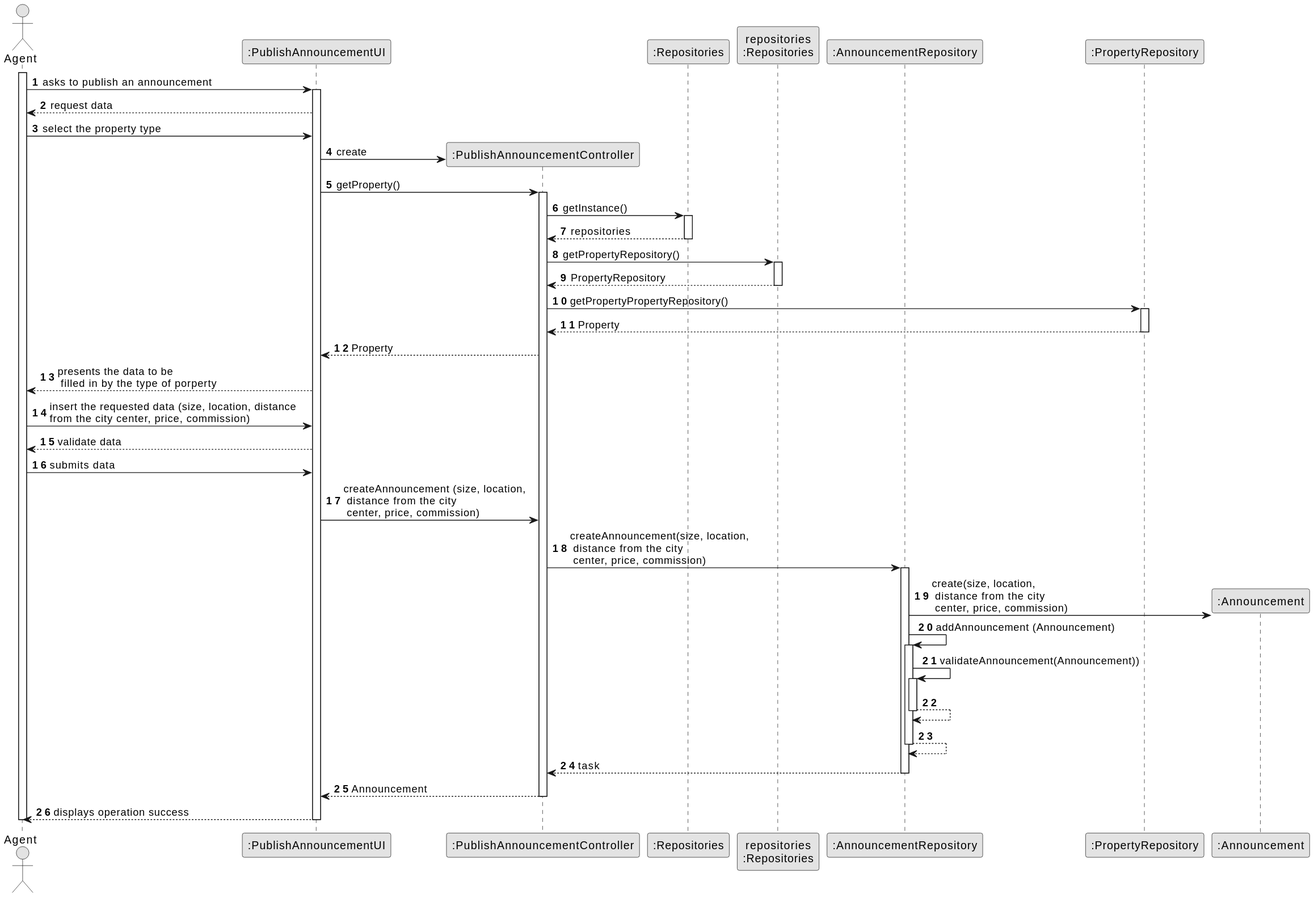
This is docs/sprintB/US002/03.design/svg/US2_SD.svg from tiagohcorreia/LAPR2, a PlantUML export, as it was before one commit.
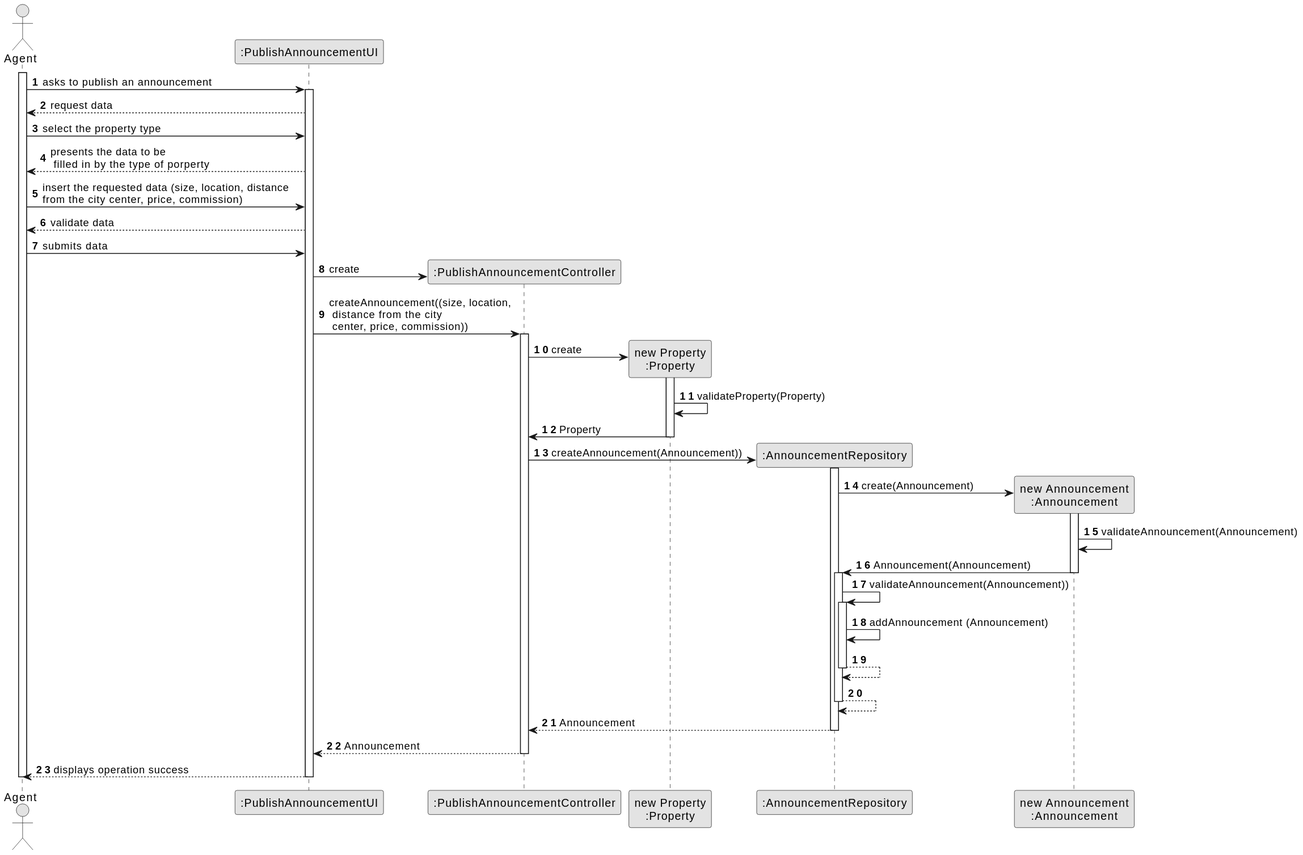
After the commit.

Diff of the diagram source:
```diff
@@ -8,11 +8,10 @@
 actor "Agent" as AG
 participant ":PublishAnnouncementUI" as UI
 participant ":PublishAnnouncementController" as CTRL
-participant ":Repositories" as RepositorySingleton
-participant "repositories\n:Repositories" as REP
+participant "new Property\n:Property" as Property
 participant ":AnnouncementRepository" as AnnouncementREP
-participant ":PropertyRepository" as PropertyREP
-participant ":Announcement" as Announcement
+participant "new Announcement\n:Announcement" as Announcement
+
 
 activate AG
 
@@ -23,60 +22,55 @@
 
         AG -> UI : select the property type
 
+        UI --> AG : presents the data to be\n filled in by the type of porperty
+
+        AG -> UI : insert the requested data (size, location, distance \nfrom the city center, price, commission)
+
+        UI --> AG : validate data
+
+        AG -> UI : submits data
+
+
                UI -> CTRL** : create
 
-               UI -> CTRL : getProperty()
+               UI -> CTRL : createAnnouncement((size, location,\n distance from the city \n center, price, commission))
 
                  activate CTRL
 
-                  CTRL -> RepositorySingleton : getInstance()
-                  activate RepositorySingleton
+                   CTRL -> Property** : create
 
-                  RepositorySingleton --> CTRL: repositories
-                  deactivate RepositorySingleton
+                   activate Property
+                   Property -> Property: validateProperty(Property)
 
-                   CTRL -> REP : getPropertyRepository()
-                       activate REP
+                   Property -> CTRL: Property
+                   deactivate Property
 
-                        REP --> CTRL: PropertyRepository
-                          deactivate REP
+                CTRL -> AnnouncementREP**: createAnnouncement(Announcement))
+                activate AnnouncementREP
 
-                           CTRL -> PropertyREP : getPropertyPropertyRepository()
-                             activate PropertyREP
+            AnnouncementREP -> Announcement**: create(Announcement)
 
-                               PropertyREP --> CTRL: Property
-                                 deactivate PropertyREP
+            activate Announcement
+
+            Announcement -> Announcement: validateAnnouncement(Announcement)
+
+            Announcement -> AnnouncementREP: Announcement(Announcement)
+
+            deactivate Announcement
 
 
-                   CTRL --> UI : Property
+               activate AnnouncementREP
+                   AnnouncementREP -> AnnouncementREP: validateAnnouncement(Announcement))
+                   activate AnnouncementREP
+                    AnnouncementREP -> AnnouncementREP: addAnnouncement (Announcement)
 
-                   UI --> AG : presents the data to be\n filled in by the type of porperty
-
-                   AG -> UI : insert the requested data (size, location, distance \nfrom the city center, price, commission)
-
-                   UI --> AG : validate data
-
-                   AG -> UI : submits data
-
-                   UI -> CTRL : createAnnouncement (size, location,\n distance from the city \n center, price, commission)
-
-                CTRL -> AnnouncementREP: createAnnouncement(size, location,\n distance from the city \n center, price, commission)
-            activate AnnouncementREP
-
-                AnnouncementREP -> Announcement**: create(size, location,\n distance from the city \n center, price, commission)
-                AnnouncementREP -> AnnouncementREP: addAnnouncement (Announcement)
-
-
-                activate AnnouncementREP
-                    AnnouncementREP -> AnnouncementREP: validateAnnouncement(Announcement))
-                    activate AnnouncementREP
-                        AnnouncementREP --> AnnouncementREP
+                     AnnouncementREP --> AnnouncementREP
                     deactivate AnnouncementREP
 
                     AnnouncementREP --> AnnouncementREP
                 deactivate AnnouncementREP
 
-                AnnouncementREP --> CTRL : task
+                AnnouncementREP --> CTRL : Announcement
 
                 deactivate AnnouncementREP
 
```
